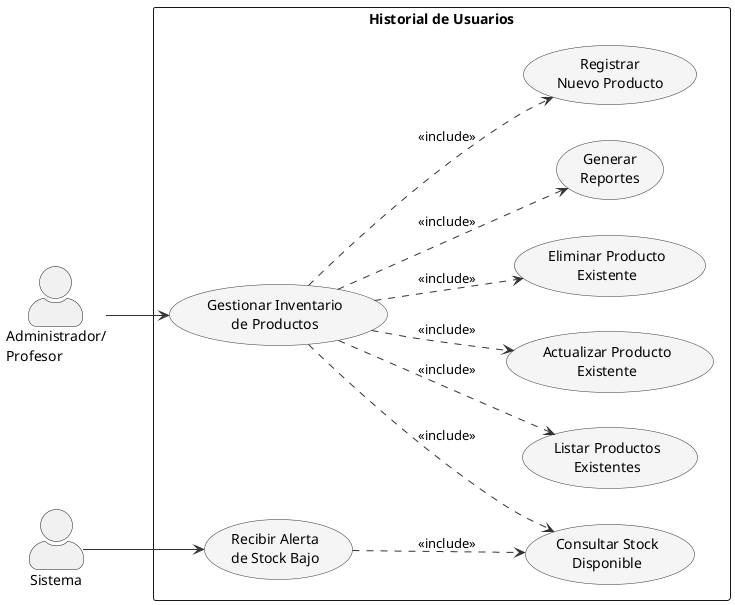
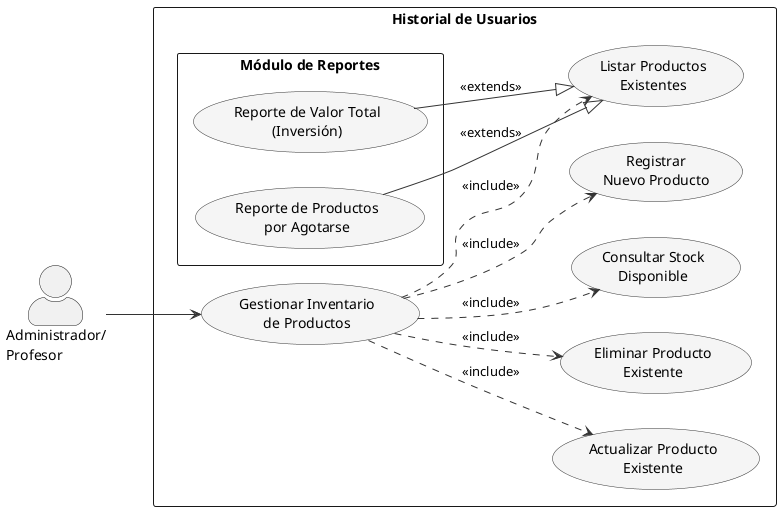
@startuml InventarioDigitalLiceo_Combinado

left to right direction

skinparam actorStyle awesome
skinparam packageStyle rectangle
skinparam backgroundColor #FFFFFF
skinparam usecaseBackgroundColor #F5F5F5
skinparam usecaseBorderColor #333333
skinparam arrowColor #333333

' ===== Actores =====
actor "Administrador/\nProfesor" as actor_admin
- actor "Sistema" as actor_sis

rectangle "Historial de Usuarios" {

    ' ===== Caso principal =====
    usecase "Gestionar Inventario\nde Productos" as UC_GEST

    ' ===== CRUD (de la compañera) =====
    usecase "Registrar\nNuevo Producto" as UC_REG
    usecase "Listar Productos\nExistentes" as UC_LIST
    usecase "Actualizar Producto\nExistente" as UC_ACT
    usecase "Eliminar Producto\nExistente" as UC_DEL

-     ' ===== Historiales adicionales (tuyos) =====
-     usecase "Recibir Alerta\nde Stock Bajo" as UC_ALERT
-     usecase "Generar\nReportes" as UC_REP
+     ' ===== Módulo de Reportes Simplificado =====
+     package "Módulo de Reportes" {
+         usecase "Reporte de Valor Total\n(Inversión)" as UC_REP_VAL
+         usecase "Reporte de Productos\npor Agotarse" as UC_REP_LOW
+     }
    usecase "Consultar Stock\nDisponible" as UC_STOCK

    ' ===== Relaciones del actor =====
    actor_admin --> UC_GEST

    ' ===== Include desde gestión =====
    UC_GEST ..> UC_REG : <<include>>
    UC_GEST ..> UC_LIST : <<include>>
    UC_GEST ..> UC_ACT : <<include>>
    UC_GEST ..> UC_DEL : <<include>>
    UC_GEST ..> UC_STOCK : <<include>>
-     UC_GEST ..> UC_REP : <<include>>

-     ' ===== Relaciones del sistema =====
-     actor_sis --> UC_ALERT
-     UC_ALERT ..> UC_STOCK : <<include>>
+     UC_REP_VAL --|> UC_LIST : <<extends>>
+     UC_REP_LOW --|> UC_LIST : <<extends>>
}

@enduml